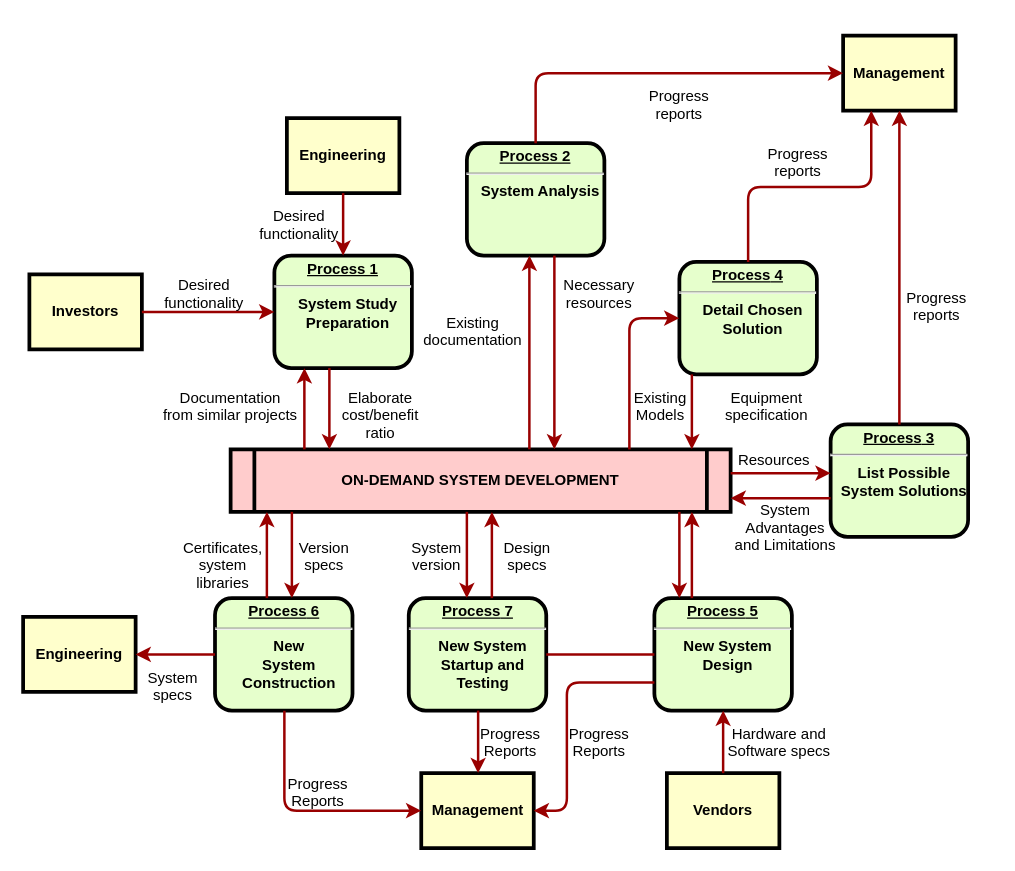
The draw.io diagram Untitled Diagram.drawio in KarenChen96/ABAP, before the edit. Source tidied: cells renumbered, new cells numbered last; positions are measured from the earlier drawing's top-left corner, leaving out a move shared by most shapes. Both pictures are drawn from the tidied source at 125%, with x=0, y=0 at pixel (22, 35).
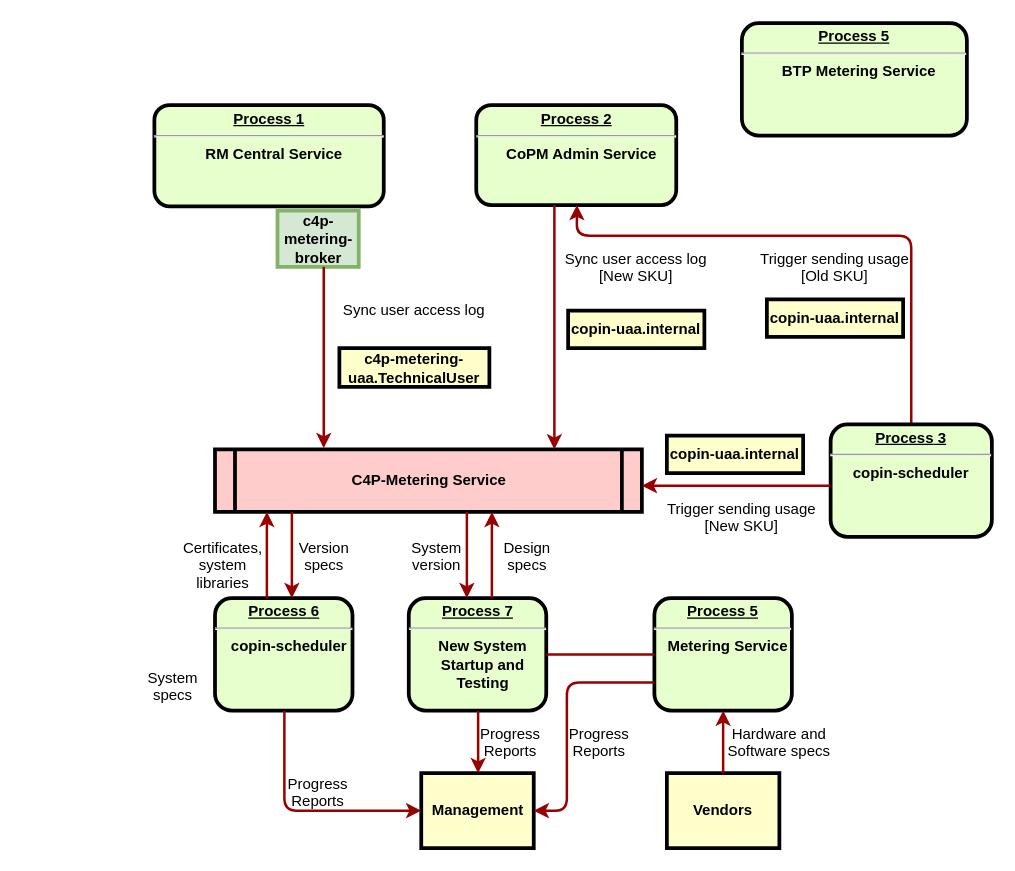
The same diagram, later.

Change to the diagram source:
```diff
@@
-    <mxCell id="2" value="&lt;p style=&quot;margin: 0px; margin-top: 4px; text-align: center; text-decoration: underline;&quot;&gt;&lt;strong&gt;Process 1&lt;br /&gt;&lt;/strong&gt;&lt;/p&gt;&lt;hr /&gt;&lt;p style=&quot;margin: 0px; margin-left: 8px;&quot;&gt;System Study&lt;/p&gt;&lt;p style=&quot;margin: 0px; margin-left: 8px;&quot;&gt;Preparation&lt;/p&gt;" style="verticalAlign=middle;align=center;overflow=fill;fontSize=12;fontFamily=Helvetica;html=1;rounded=1;fontStyle=1;strokeWidth=3;fillColor=#E6FFCC;" parent="1" vertex="1">
-      <mxGeometry x="201" y="176" width="110" height="90" as="geometry" />
+    <mxCell id="2" value="&lt;p style=&quot;margin: 0px; margin-top: 4px; text-align: center; text-decoration: underline;&quot;&gt;&lt;strong&gt;Process 1&lt;br&gt;&lt;/strong&gt;&lt;/p&gt;&lt;hr&gt;&lt;p style=&quot;margin: 0px; margin-left: 8px;&quot;&gt;RM Central Service&lt;br&gt;&lt;/p&gt;" style="verticalAlign=middle;align=center;overflow=fill;fontSize=12;fontFamily=Helvetica;html=1;rounded=1;fontStyle=1;strokeWidth=3;fillColor=#E6FFCC;" parent="1" vertex="1">
+      <mxGeometry x="105" y="55.5" width="183.5" height="81" as="geometry" />
     </mxCell>
-    <mxCell id="3" value="Engineering" style="whiteSpace=wrap;align=center;verticalAlign=middle;fontStyle=1;strokeWidth=3;fillColor=#FFFFCC;" parent="1" vertex="1">
-      <mxGeometry x="211" y="66" width="90" height="60" as="geometry" />
-    </mxCell>
-    <mxCell id="4" value="Investors" style="whiteSpace=wrap;align=center;verticalAlign=middle;fontStyle=1;strokeWidth=3;fillColor=#FFFFCC;" parent="1" vertex="1">
-      <mxGeometry x="5" y="191" width="90" height="60" as="geometry" />
+    <mxCell id="4" value="c4p-metering-uaa.TechnicalUser" style="whiteSpace=wrap;align=center;verticalAlign=middle;fontStyle=1;strokeWidth=3;fillColor=#FFFFCC;" parent="1" vertex="1">
+      <mxGeometry x="253" y="250" width="120" height="31" as="geometry" />
     </mxCell>
-    <mxCell id="5" value="ON-DEMAND SYSTEM DEVELOPMENT" style="shape=process;whiteSpace=wrap;align=center;verticalAlign=middle;size=0.0475;fontStyle=1;strokeWidth=3;fillColor=#FFCCCC;" parent="1" vertex="1">
-      <mxGeometry x="166" y="331" width="400" height="50" as="geometry" />
+    <mxCell id="5" value="C4P-Metering Service" style="shape=process;whiteSpace=wrap;align=center;verticalAlign=middle;size=0.0475;fontStyle=1;strokeWidth=3;fillColor=#FFCCCC;" parent="1" vertex="1">
+      <mxGeometry x="153.5" y="331" width="341.5" height="50" as="geometry" />
     </mxCell>
-    <mxCell id="6" value="&lt;p style=&quot;margin: 0px; margin-top: 4px; text-align: center; text-decoration: underline;&quot;&gt;&lt;strong&gt;Process 2&lt;br /&gt;&lt;/strong&gt;&lt;/p&gt;&lt;hr /&gt;&lt;p style=&quot;margin: 0px; margin-left: 8px;&quot;&gt;System Analysis&lt;/p&gt;" style="verticalAlign=middle;align=center;overflow=fill;fontSize=12;fontFamily=Helvetica;html=1;rounded=1;fontStyle=1;strokeWidth=3;fillColor=#E6FFCC;" parent="1" vertex="1">
-      <mxGeometry x="355" y="86" width="110" height="90" as="geometry" />
+    <mxCell id="6" value="&lt;p style=&quot;margin: 0px; margin-top: 4px; text-align: center; text-decoration: underline;&quot;&gt;&lt;strong&gt;Process 2&lt;br&gt;&lt;/strong&gt;&lt;/p&gt;&lt;hr&gt;&lt;p style=&quot;margin: 0px; margin-left: 8px;&quot;&gt;CoPM Admin Service&lt;br&gt;&lt;/p&gt;" style="verticalAlign=middle;align=center;overflow=fill;fontSize=12;fontFamily=Helvetica;html=1;rounded=1;fontStyle=1;strokeWidth=3;fillColor=#E6FFCC;" parent="1" vertex="1">
+      <mxGeometry x="362.5" y="55.5" width="160" height="80" as="geometry" />
     </mxCell>
+    <mxCell id="63" style="edgeStyle=orthogonalEdgeStyle;rounded=1;jettySize=auto;html=1;exitX=0.5;exitY=0;exitDx=0;exitDy=0;strokeWidth=2;strokeColor=#990000;" parent="1" edge="1" source="7" target="6">
+      <mxGeometry relative="1" as="geometry">
+        <Array as="points">
+          <mxPoint x="711" y="160" />
+          <mxPoint x="443" y="160" />
+        </Array>
+      </mxGeometry>
+    </mxCell>
-    <mxCell id="7" value="&lt;p style=&quot;margin: 0px; margin-top: 4px; text-align: center; text-decoration: underline;&quot;&gt;&lt;strong&gt;&lt;strong&gt;Process&lt;/strong&gt; 3&lt;br /&gt;&lt;/strong&gt;&lt;/p&gt;&lt;hr /&gt;&lt;p style=&quot;margin: 0px; margin-left: 8px;&quot;&gt;List Possible&lt;/p&gt;&lt;p style=&quot;margin: 0px; margin-left: 8px;&quot;&gt;System Solutions&lt;/p&gt;" style="verticalAlign=middle;align=center;overflow=fill;fontSize=12;fontFamily=Helvetica;html=1;rounded=1;fontStyle=1;strokeWidth=3;fillColor=#E6FFCC;" parent="1" vertex="1">
-      <mxGeometry x="646" y="311" width="110" height="90" as="geometry" />
+    <mxCell id="7" value="&lt;p style=&quot;margin: 0px; margin-top: 4px; text-align: center; text-decoration: underline;&quot;&gt;&lt;strong&gt;&lt;strong&gt;Process&lt;/strong&gt; 3&lt;br&gt;&lt;/strong&gt;&lt;/p&gt;&lt;hr&gt;copin-scheduler" style="verticalAlign=middle;align=center;overflow=fill;fontSize=12;fontFamily=Helvetica;html=1;rounded=1;fontStyle=1;strokeWidth=3;fillColor=#E6FFCC;" parent="1" vertex="1">
+      <mxGeometry x="646" y="311" width="129" height="90" as="geometry" />
     </mxCell>
-    <mxCell id="8" value="&lt;p style=&quot;margin: 0px; margin-top: 4px; text-align: center; text-decoration: underline;&quot;&gt;&lt;strong&gt;&lt;strong&gt;Process&lt;/strong&gt; 4&lt;br /&gt;&lt;/strong&gt;&lt;/p&gt;&lt;hr /&gt;&lt;p style=&quot;margin: 0px; margin-left: 8px;&quot;&gt;Detail Chosen&lt;/p&gt;&lt;p style=&quot;margin: 0px; margin-left: 8px;&quot;&gt;Solution&lt;/p&gt;" style="verticalAlign=middle;align=center;overflow=fill;fontSize=12;fontFamily=Helvetica;html=1;rounded=1;fontStyle=1;strokeWidth=3;fillColor=#E6FFCC;" parent="1" vertex="1">
-      <mxGeometry x="525" y="181" width="110" height="90" as="geometry" />
-    </mxCell>
-    <mxCell id="9" value="&lt;p style=&quot;margin: 0px; margin-top: 4px; text-align: center; text-decoration: underline;&quot;&gt;&lt;strong&gt;&lt;strong&gt;Process&lt;/strong&gt; 5&lt;br /&gt;&lt;/strong&gt;&lt;/p&gt;&lt;hr /&gt;&lt;p style=&quot;margin: 0px; margin-left: 8px;&quot;&gt;New System&lt;/p&gt;&lt;p style=&quot;margin: 0px; margin-left: 8px;&quot;&gt;Design&lt;/p&gt;" style="verticalAlign=middle;align=center;overflow=fill;fontSize=12;fontFamily=Helvetica;html=1;rounded=1;fontStyle=1;strokeWidth=3;fillColor=#E6FFCC;" parent="1" vertex="1">
+    <mxCell id="9" value="&lt;p style=&quot;margin: 0px; margin-top: 4px; text-align: center; text-decoration: underline;&quot;&gt;&lt;strong&gt;&lt;strong&gt;Process&lt;/strong&gt; 5&lt;br&gt;&lt;/strong&gt;&lt;/p&gt;&lt;hr&gt;&lt;p style=&quot;margin: 0px; margin-left: 8px;&quot;&gt;Metering Service&lt;/p&gt;" style="verticalAlign=middle;align=center;overflow=fill;fontSize=12;fontFamily=Helvetica;html=1;rounded=1;fontStyle=1;strokeWidth=3;fillColor=#E6FFCC;" parent="1" vertex="1">
       <mxGeometry x="505" y="450" width="110" height="90" as="geometry" />
     </mxCell>
-    <mxCell id="10" value="&lt;p style=&quot;margin: 0px; margin-top: 4px; text-align: center; text-decoration: underline;&quot;&gt;&lt;strong&gt;&lt;strong&gt;Process&lt;/strong&gt; 6&lt;br /&gt;&lt;/strong&gt;&lt;/p&gt;&lt;hr /&gt;&lt;p style=&quot;margin: 0px; margin-left: 8px;&quot;&gt;New&lt;/p&gt;&lt;p style=&quot;margin: 0px; margin-left: 8px;&quot;&gt;System&lt;/p&gt;&lt;p style=&quot;margin: 0px; margin-left: 8px;&quot;&gt;Construction&lt;/p&gt;" style="verticalAlign=middle;align=center;overflow=fill;fontSize=12;fontFamily=Helvetica;html=1;rounded=1;fontStyle=1;strokeWidth=3;fillColor=#E6FFCC;" parent="1" vertex="1">
+    <mxCell id="10" value="&lt;p style=&quot;margin: 0px; margin-top: 4px; text-align: center; text-decoration: underline;&quot;&gt;&lt;strong&gt;&lt;strong&gt;Process&lt;/strong&gt; 6&lt;br&gt;&lt;/strong&gt;&lt;/p&gt;&lt;hr&gt;&lt;p style=&quot;margin: 0px; margin-left: 8px;&quot;&gt;copin-scheduler&lt;/p&gt;" style="verticalAlign=middle;align=center;overflow=fill;fontSize=12;fontFamily=Helvetica;html=1;rounded=1;fontStyle=1;strokeWidth=3;fillColor=#E6FFCC;" parent="1" vertex="1">
       <mxGeometry x="153.5" y="450" width="110" height="90" as="geometry" />
     </mxCell>
-    <mxCell id="11" value="Management" style="whiteSpace=wrap;align=center;verticalAlign=middle;fontStyle=1;strokeWidth=3;fillColor=#FFFFCC;" parent="1" vertex="1">
-      <mxGeometry x="656" width="90" height="60" as="geometry" />
-    </mxCell>
@@
-    <mxCell id="13" value="Engineering" style="whiteSpace=wrap;align=center;verticalAlign=middle;fontStyle=1;strokeWidth=3;fillColor=#FFFFCC;" parent="1" vertex="1">
-      <mxGeometry y="465" width="90" height="60" as="geometry" />
+    <mxCell id="13" value="c4p-metering-broker" style="whiteSpace=wrap;align=center;verticalAlign=middle;fontStyle=1;strokeWidth=3;fillColor=#d5e8d4;strokeColor=#82b366;" parent="1" vertex="1">
+      <mxGeometry x="203.5" y="140" width="65" height="45" as="geometry" />
     </mxCell>
@@
-    <mxCell id="15" style="edgeStyle=none;noEdgeStyle=1;strokeColor=#990000;strokeWidth=2;" parent="1" edge="1" source="3" target="2">
-      <mxGeometry relative="1" as="geometry" />
-    </mxCell>
-    <mxCell id="16" style="edgeStyle=none;noEdgeStyle=1;strokeColor=#990000;strokeWidth=2;" parent="1" edge="1" source="4" target="2">
-      <mxGeometry relative="1" as="geometry" />
-    </mxCell>
@@
-    <mxCell id="19" value="Desired &#10;functionality" style="text;spacingTop=-5;align=center;" parent="1" vertex="1">
-      <mxGeometry x="130" y="191" width="30" height="20" as="geometry" />
-    </mxCell>
-    <mxCell id="20" value="Desired &#10;functionality" style="text;spacingTop=-5;align=center;" parent="1" vertex="1">
-      <mxGeometry x="206" y="136" width="30" height="20" as="geometry" />
-    </mxCell>
-    <mxCell id="21" value="Documentation&#10;from similar projects" style="text;spacingTop=-5;align=center;" parent="1" vertex="1">
-      <mxGeometry x="151" y="281" width="30" height="20" as="geometry" />
-    </mxCell>
-    <mxCell id="22" style="edgeStyle=elbowEdgeStyle;elbow=horizontal;strokeColor=#990000;strokeWidth=2;" parent="1" edge="1" source="5" target="2">
-      <mxGeometry relative="1" as="geometry">
-        <Array as="points">
-          <mxPoint x="225" y="310" />
-        </Array>
-      </mxGeometry>
-    </mxCell>
-    <mxCell id="23" style="edgeStyle=elbowEdgeStyle;elbow=horizontal;strokeColor=#990000;strokeWidth=2;" parent="1" edge="1" source="2" target="5">
-      <mxGeometry relative="1" as="geometry">
-        <Array as="points">
-          <mxPoint x="245" y="300" />
-        </Array>
-      </mxGeometry>
-    </mxCell>
-    <mxCell id="24" value="Elaborate&#10;cost/benefit&#10;ratio" style="text;spacingTop=-5;align=center;" parent="1" vertex="1">
-      <mxGeometry x="271" y="281" width="30" height="20" as="geometry" />
-    </mxCell>
-    <mxCell id="25" style="edgeStyle=elbowEdgeStyle;elbow=horizontal;strokeColor=#990000;strokeWidth=2;" parent="1" edge="1" source="5" target="6">
-      <mxGeometry relative="1" as="geometry">
-        <Array as="points">
-          <mxPoint x="405" y="250" />
-        </Array>
-      </mxGeometry>
-    </mxCell>
@@
-    <mxCell id="27" value="Existing&#10;documentation" style="text;spacingTop=-5;align=center;" parent="1" vertex="1">
-      <mxGeometry x="345" y="221" width="30" height="20" as="geometry" />
-    </mxCell>
-    <mxCell id="28" value="Necessary&#10;resources" style="text;spacingTop=-5;align=center;" parent="1" vertex="1">
-      <mxGeometry x="446" y="191" width="30" height="20" as="geometry" />
+    <mxCell id="28" value="Sync user access log&#10;[New SKU]" style="text;spacingTop=-5;align=center;" parent="1" vertex="1">
+      <mxGeometry x="441" y="170" width="99" height="40" as="geometry" />
     </mxCell>
-    <mxCell id="29" value="Progress&#10;reports" style="text;spacingTop=-5;align=center;" parent="1" vertex="1">
-      <mxGeometry x="510" y="40" width="30" height="20" as="geometry" />
-    </mxCell>
-    <mxCell id="30" value="Progress&#10;reports" style="text;spacingTop=-5;align=center;" parent="1" vertex="1">
-      <mxGeometry x="605" y="86" width="30" height="20" as="geometry" />
+    <mxCell id="30" value="Trigger sending usage&#10;[Old SKU]" style="text;spacingTop=-5;align=center;" parent="1" vertex="1">
+      <mxGeometry x="634.5" y="170" width="30" height="20" as="geometry" />
     </mxCell>
-    <mxCell id="31" value="Progress&#10;reports" style="text;spacingTop=-5;align=center;" parent="1" vertex="1">
-      <mxGeometry x="716" y="201" width="30" height="20" as="geometry" />
-    </mxCell>
-    <mxCell id="32" style="edgeStyle=elbowEdgeStyle;elbow=horizontal;strokeColor=#990000;strokeWidth=2;" parent="1" edge="1" source="6" target="11">
-      <mxGeometry relative="1" as="geometry">
-        <Array as="points">
-          <mxPoint x="410" y="80" />
-        </Array>
-      </mxGeometry>
-    </mxCell>
-    <mxCell id="33" style="edgeStyle=elbowEdgeStyle;elbow=vertical;entryX=0.25;entryY=1;strokeColor=#990000;strokeWidth=2;" parent="1" edge="1" source="8" target="11">
-      <mxGeometry relative="1" as="geometry" />
-    </mxCell>
-    <mxCell id="34" style="edgeStyle=elbowEdgeStyle;elbow=horizontal;strokeColor=#990000;strokeWidth=2;" parent="1" edge="1" source="7" target="11">
-      <mxGeometry relative="1" as="geometry" />
-    </mxCell>
-    <mxCell id="35" style="edgeStyle=elbowEdgeStyle;elbow=horizontal;strokeColor=#990000;strokeWidth=2;" parent="1" edge="1" source="8" target="5">
-      <mxGeometry relative="1" as="geometry">
-        <Array as="points">
-          <mxPoint x="535" y="300" />
-        </Array>
-      </mxGeometry>
-    </mxCell>
-    <mxCell id="36" style="edgeStyle=segmentEdgeStyle;strokeColor=#990000;strokeWidth=2;" parent="1" edge="1" source="5" target="8">
-      <mxGeometry relative="1" as="geometry">
-        <Array as="points">
-          <mxPoint x="485" y="226" />
-        </Array>
-      </mxGeometry>
-    </mxCell>
-    <mxCell id="37" value="Existing&#10;Models" style="text;spacingTop=-5;align=center;" parent="1" vertex="1">
-      <mxGeometry x="495" y="281" width="30" height="20" as="geometry" />
-    </mxCell>
-    <mxCell id="38" value="Equipment&#10;specification" style="text;spacingTop=-5;align=center;" parent="1" vertex="1">
-      <mxGeometry x="580" y="281" width="30" height="20" as="geometry" />
-    </mxCell>
-    <mxCell id="39" style="edgeStyle=elbowEdgeStyle;elbow=vertical;strokeColor=#990000;strokeWidth=2;" parent="1" edge="1" source="5" target="7">
-      <mxGeometry relative="1" as="geometry">
-        <Array as="points">
-          <mxPoint x="615" y="350" />
-        </Array>
-      </mxGeometry>
-    </mxCell>
     <mxCell id="40" style="edgeStyle=elbowEdgeStyle;elbow=vertical;strokeColor=#990000;strokeWidth=2;" parent="1" edge="1" source="7" target="5">
       <mxGeometry relative="1" as="geometry">
         <Array as="points">
+          <mxPoint x="575" y="360" />
           <mxPoint x="615" y="370" />
         </Array>
       </mxGeometry>
     </mxCell>
-    <mxCell id="41" value="Resources" style="text;spacingTop=-5;align=center;" parent="1" vertex="1">
-      <mxGeometry x="586" y="331" width="30" height="20" as="geometry" />
-    </mxCell>
-    <mxCell id="42" value="System &#10;Advantages &#10;and Limitations" style="text;spacingTop=-5;align=center;" parent="1" vertex="1">
-      <mxGeometry x="595" y="371" width="30" height="20" as="geometry" />
-    </mxCell>
-    <mxCell id="43" style="edgeStyle=elbowEdgeStyle;elbow=horizontal;strokeColor=#990000;strokeWidth=2;" parent="1" edge="1" source="9" target="5">
-      <mxGeometry relative="1" as="geometry">
-        <Array as="points">
-          <mxPoint x="535" y="410" />
-        </Array>
-      </mxGeometry>
-    </mxCell>
-    <mxCell id="44" style="edgeStyle=elbowEdgeStyle;elbow=horizontal;strokeColor=#990000;strokeWidth=2;" parent="1" edge="1" source="5" target="9">
-      <mxGeometry relative="1" as="geometry">
-        <Array as="points">
-          <mxPoint x="525" y="420" />
-        </Array>
-      </mxGeometry>
-    </mxCell>
@@
-    <mxCell id="53" style="edgeStyle=elbowEdgeStyle;elbow=vertical;strokeColor=#990000;strokeWidth=2;" parent="1" edge="1" source="10" target="13">
-      <mxGeometry relative="1" as="geometry" />
-    </mxCell>
@@
+    <mxCell id="64" value="copin-uaa.internal" style="whiteSpace=wrap;align=center;verticalAlign=middle;fontStyle=1;strokeWidth=3;fillColor=#FFFFCC;" parent="1" vertex="1">
+      <mxGeometry x="436" y="220" width="109" height="30" as="geometry" />
+    </mxCell>
+    <mxCell id="65" value="Sync user access log" style="text;spacingTop=-5;align=center;" parent="1" vertex="1">
+      <mxGeometry x="263.5" y="211" width="99" height="20" as="geometry" />
+    </mxCell>
+    <mxCell id="66" style="edgeStyle=elbowEdgeStyle;elbow=horizontal;strokeColor=#990000;strokeWidth=2;" parent="1" edge="1">
+      <mxGeometry relative="1" as="geometry">
+        <mxPoint x="240.5" y="185" as="sourcePoint" />
+        <mxPoint x="241" y="330" as="targetPoint" />
+        <Array as="points">
+          <mxPoint x="240.5" y="295" />
+        </Array>
+      </mxGeometry>
+    </mxCell>
+    <mxCell id="67" value="copin-uaa.internal" style="whiteSpace=wrap;align=center;verticalAlign=middle;fontStyle=1;strokeWidth=3;fillColor=#FFFFCC;" parent="1" vertex="1">
+      <mxGeometry x="595" y="211" width="109" height="30" as="geometry" />
+    </mxCell>
+    <mxCell id="68" value="Trigger sending usage&#10;[New SKU]" style="text;spacingTop=-5;align=center;" parent="1" vertex="1">
+      <mxGeometry x="560" y="370" width="30" height="20" as="geometry" />
+    </mxCell>
+    <mxCell id="69" value="copin-uaa.internal" style="whiteSpace=wrap;align=center;verticalAlign=middle;fontStyle=1;strokeWidth=3;fillColor=#FFFFCC;" parent="1" vertex="1">
+      <mxGeometry x="515" y="320" width="109" height="30" as="geometry" />
+    </mxCell>
+    <mxCell id="70" value="&lt;p style=&quot;margin: 0px; margin-top: 4px; text-align: center; text-decoration: underline;&quot;&gt;&lt;strong&gt;&lt;strong&gt;Process&lt;/strong&gt; 5&lt;br&gt;&lt;/strong&gt;&lt;/p&gt;&lt;hr&gt;&lt;p style=&quot;margin: 0px; margin-left: 8px;&quot;&gt;BTP Metering Service&lt;/p&gt;" style="verticalAlign=middle;align=center;overflow=fill;fontSize=12;fontFamily=Helvetica;html=1;rounded=1;fontStyle=1;strokeWidth=3;fillColor=#E6FFCC;" parent="1" vertex="1">
+      <mxGeometry x="575" y="-10" width="180" height="90" as="geometry" />
+    </mxCell>
```
